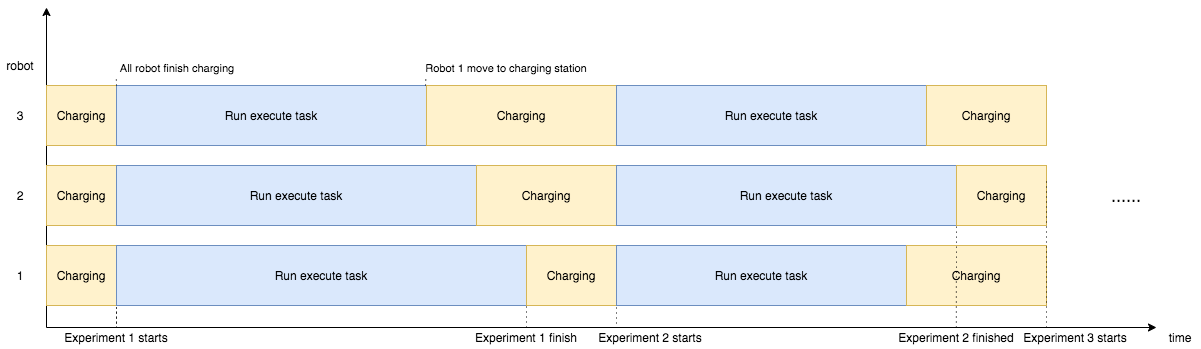
Before: Thesis/content/images/ch5/exe_exp_timeline.drawio.png, a diagram exported from draw.io (xuanjiao/master_thesis). Source tidied: cells renumbered, new cells last; positions are measured from the earlier drawing's top-left corner, leaving out a move shared by most shapes.
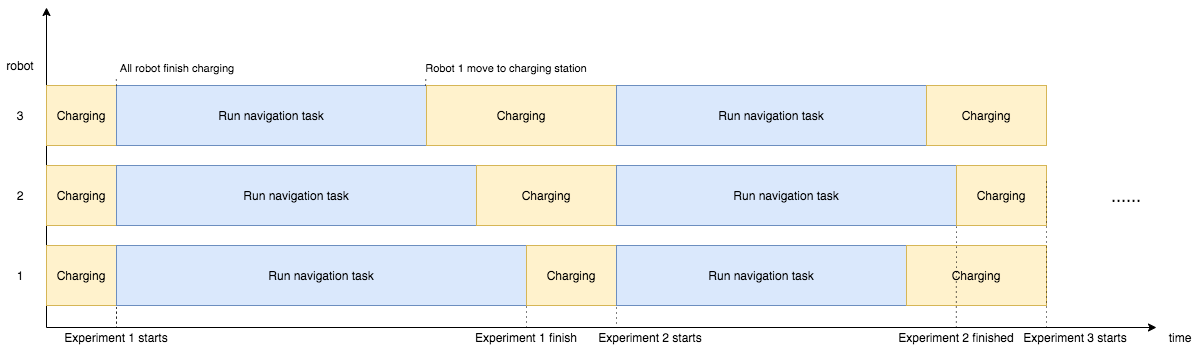
After the commit.

What changed in the source:
```diff
@@ -23,13 +23,13 @@
     <mxCell id="6" value="Charging" style="rounded=0;whiteSpace=wrap;html=1;fillColor=#fff2cc;strokeColor=#d6b656;" parent="1" vertex="1">
       <mxGeometry x="46" y="238" width="70" height="60" as="geometry" />
     </mxCell>
-    <mxCell id="7" value="Run execute task" style="rounded=0;whiteSpace=wrap;html=1;fillColor=#dae8fc;strokeColor=#6c8ebf;" parent="1" vertex="1">
+    <mxCell id="7" value="Run navigation task" style="rounded=0;whiteSpace=wrap;html=1;fillColor=#dae8fc;strokeColor=#6c8ebf;" parent="1" vertex="1">
       <mxGeometry x="116" y="78" width="310" height="60" as="geometry" />
     </mxCell>
-    <mxCell id="8" value="Run execute task" style="rounded=0;whiteSpace=wrap;html=1;fillColor=#dae8fc;strokeColor=#6c8ebf;" parent="1" vertex="1">
+    <mxCell id="8" value="Run navigation task" style="rounded=0;whiteSpace=wrap;html=1;fillColor=#dae8fc;strokeColor=#6c8ebf;" parent="1" vertex="1">
       <mxGeometry x="116" y="158" width="360" height="60" as="geometry" />
     </mxCell>
-    <mxCell id="9" value="Run execute task" style="rounded=0;whiteSpace=wrap;html=1;fillColor=#dae8fc;strokeColor=#6c8ebf;" parent="1" vertex="1">
+    <mxCell id="9" value="Run navigation task" style="rounded=0;whiteSpace=wrap;html=1;fillColor=#dae8fc;strokeColor=#6c8ebf;" parent="1" vertex="1">
       <mxGeometry x="116" y="238" width="410" height="60" as="geometry" />
     </mxCell>
     <mxCell id="10" value="Charging" style="rounded=0;whiteSpace=wrap;html=1;fillColor=#fff2cc;strokeColor=#d6b656;" parent="1" vertex="1">
@@ -59,13 +59,13 @@
     <mxCell id="18" value="Experiment&amp;nbsp;&lt;span style=&quot;text-align: left&quot;&gt;2 starts&lt;/span&gt;" style="text;html=1;strokeColor=none;fillColor=none;align=center;verticalAlign=middle;whiteSpace=wrap;rounded=0;" parent="1" vertex="1">
       <mxGeometry x="580" y="320" width="140" height="20" as="geometry" />
     </mxCell>
-    <mxCell id="19" value="Run execute task" style="rounded=0;whiteSpace=wrap;html=1;fillColor=#dae8fc;strokeColor=#6c8ebf;" parent="1" vertex="1">
+    <mxCell id="19" value="Run navigation task" style="rounded=0;whiteSpace=wrap;html=1;fillColor=#dae8fc;strokeColor=#6c8ebf;" parent="1" vertex="1">
       <mxGeometry x="616" y="78" width="310" height="60" as="geometry" />
     </mxCell>
-    <mxCell id="20" value="Run execute task" style="rounded=0;whiteSpace=wrap;html=1;fillColor=#dae8fc;strokeColor=#6c8ebf;" parent="1" vertex="1">
+    <mxCell id="20" value="Run navigation task" style="rounded=0;whiteSpace=wrap;html=1;fillColor=#dae8fc;strokeColor=#6c8ebf;" parent="1" vertex="1">
       <mxGeometry x="616" y="158" width="340" height="60" as="geometry" />
     </mxCell>
-    <mxCell id="21" value="Run execute task" style="rounded=0;whiteSpace=wrap;html=1;fillColor=#dae8fc;strokeColor=#6c8ebf;" parent="1" vertex="1">
+    <mxCell id="21" value="Run navigation task" style="rounded=0;whiteSpace=wrap;html=1;fillColor=#dae8fc;strokeColor=#6c8ebf;" parent="1" vertex="1">
       <mxGeometry x="616" y="238" width="290" height="60" as="geometry" />
     </mxCell>
     <mxCell id="22" value="Charging" style="rounded=0;whiteSpace=wrap;html=1;fillColor=#fff2cc;strokeColor=#d6b656;" parent="1" vertex="1">
```
